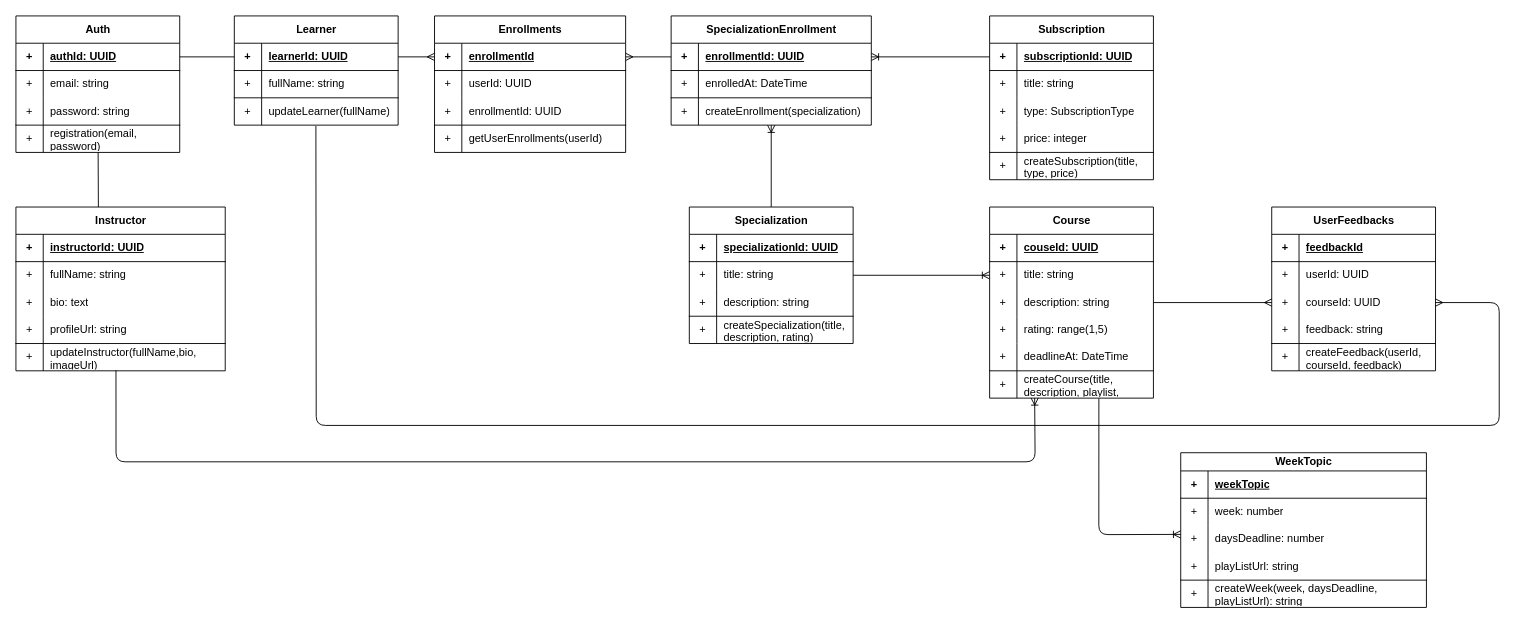
This is lab-1/diagram/02-specialization-domain-class.drawio from serafindanyil/pattern-labs-2026, a draw.io file, before an edit. Source tidied: cells renumbered, new cells numbered last; positions are measured from the earlier drawing's top-left corner, leaving out a move shared by most shapes. Both pictures are drawn from the tidied source at 91%, with x=0, y=0 at pixel (15, 15).
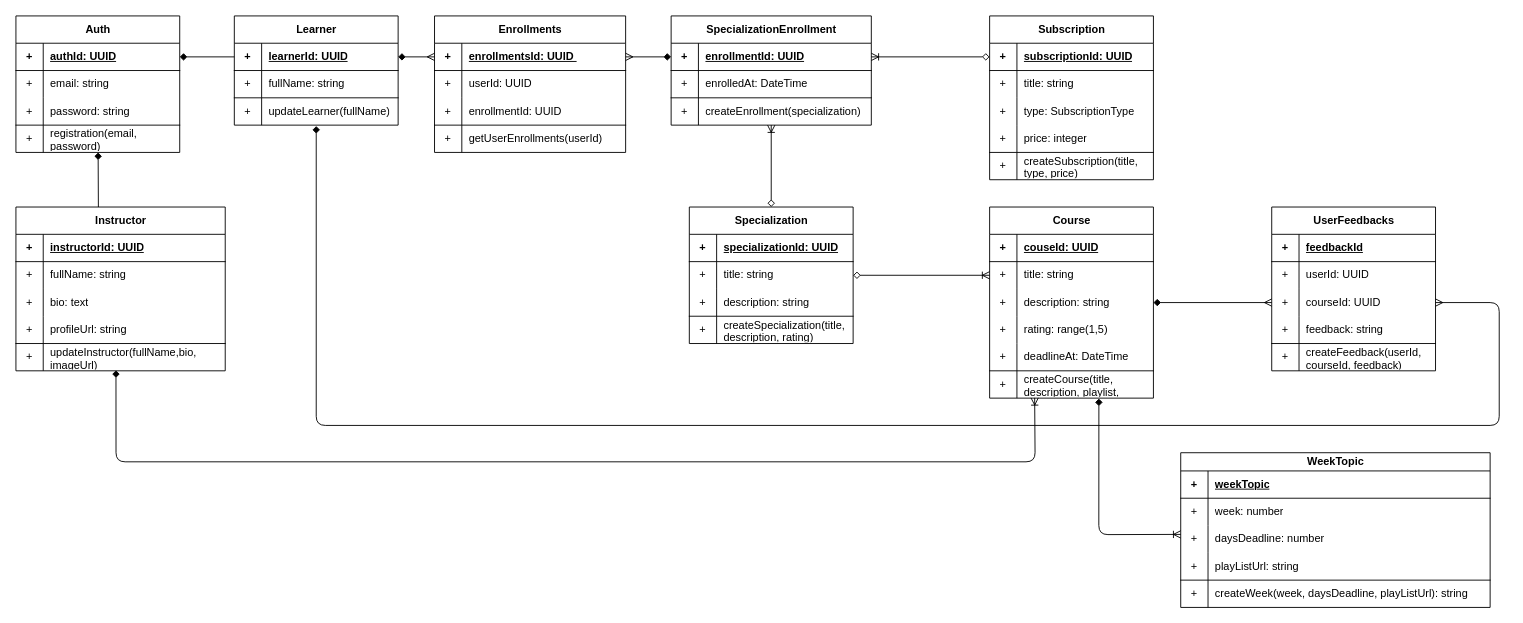
Above is the later version.

Commit message (it also covers changes not shown here):
fix: adjust mxGraphModel dimensions for improved layout

The change refers to these unchanged cells:
```xml
<mxCell id="3" style="shape=tableRow;horizontal=0;startSize=0;swimlaneHead=0;swimlaneBody=0;fillColor=none;points=[[0,0.5],[1,0.5]];portConstraint=eastwest;top=0;left=0;right=0;bottom=1;" parent="2" vertex="1">
  <mxGeometry y="30" width="180" height="30" as="geometry" />
</mxCell>
<mxCell id="9" style="shape=tableRow;horizontal=0;startSize=0;swimlaneHead=0;swimlaneBody=0;fillColor=none;points=[[0,0.5],[1,0.5]];portConstraint=eastwest;top=1;left=0;right=0;bottom=0;" parent="2" vertex="1">
  <mxGeometry y="90" width="180" height="30" as="geometry" />
</mxCell>
<mxCell id="12" value="Auth" style="shape=table;startSize=30;childLayout=tableLayout;rowLines=0;fontStyle=1;align=center;html=1;" parent="1" vertex="1">
  <mxGeometry width="180" height="150" as="geometry" />
</mxCell>
<mxCell id="13" style="shape=tableRow;horizontal=0;startSize=0;swimlaneHead=0;swimlaneBody=0;fillColor=none;points=[[0,0.5],[1,0.5]];portConstraint=eastwest;top=0;left=0;right=0;bottom=1;" parent="12" vertex="1">
  <mxGeometry y="30" width="180" height="30" as="geometry" />
</mxCell>
<mxCell id="26" value="SpecializationEnrollment" style="shape=table;startSize=30;childLayout=tableLayout;rowLines=0;fontStyle=1;align=center;html=1;" parent="1" vertex="1">
  <mxGeometry x="720" width="220" height="120" as="geometry" />
</mxCell>
<mxCell id="27" style="shape=tableRow;horizontal=0;startSize=0;swimlaneHead=0;swimlaneBody=0;fillColor=none;points=[[0,0.5],[1,0.5]];portConstraint=eastwest;top=0;left=0;right=0;bottom=1;" parent="26" vertex="1">
  <mxGeometry y="30" width="220" height="30" as="geometry" />
</mxCell>
<mxCell id="53" value="Specialization" style="shape=table;startSize=30;childLayout=tableLayout;rowLines=0;fontStyle=1;align=center;html=1;" parent="1" vertex="1">
  <mxGeometry x="740" y="210" width="180" height="150" as="geometry" />
</mxCell>
<mxCell id="68" style="shape=tableRow;horizontal=0;startSize=0;swimlaneHead=0;swimlaneBody=0;fillColor=none;points=[[0,0.5],[1,0.5]];portConstraint=eastwest;top=0;left=0;right=0;bottom=1;" parent="67" vertex="1">
  <mxGeometry y="30" width="210" height="30" as="geometry" />
</mxCell>
<mxCell id="85" value="Course" style="shape=table;startSize=30;childLayout=tableLayout;rowLines=0;fontStyle=1;align=center;html=1;" parent="1" vertex="1">
  <mxGeometry x="1070" y="210" width="180" height="210" as="geometry" />
</mxCell>
<mxCell id="89" style="shape=tableRow;horizontal=0;startSize=0;swimlaneHead=0;swimlaneBody=0;fillColor=none;points=[[0,0.5],[1,0.5]];portConstraint=eastwest;top=0;left=0;right=0;bottom=0;" parent="85" vertex="1">
  <mxGeometry y="60" width="180" height="30" as="geometry" />
</mxCell>
<mxCell id="101" style="shape=tableRow;horizontal=0;startSize=0;swimlaneHead=0;swimlaneBody=0;fillColor=none;points=[[0,0.5],[1,0.5]];portConstraint=eastwest;top=1;left=0;right=0;bottom=0;" parent="85" vertex="1">
  <mxGeometry y="180" width="180" height="30" as="geometry" />
</mxCell>
<mxCell id="111" style="shape=tableRow;horizontal=0;startSize=0;swimlaneHead=0;swimlaneBody=0;fillColor=none;points=[[0,0.5],[1,0.5]];portConstraint=eastwest;top=0;left=0;right=0;bottom=0;" parent="104" vertex="1">
  <mxGeometry y="90" width="180" height="30" as="geometry" />
</mxCell>
<mxCell id="121" value="Instructor" style="shape=table;startSize=30;childLayout=tableLayout;rowLines=0;fontStyle=1;align=center;html=1;" parent="1" vertex="1">
  <mxGeometry y="210" width="230" height="180" as="geometry" />
</mxCell>
<mxCell id="134" style="shape=tableRow;horizontal=0;startSize=0;swimlaneHead=0;swimlaneBody=0;fillColor=none;points=[[0,0.5],[1,0.5]];portConstraint=eastwest;top=1;left=0;right=0;bottom=0;" parent="121" vertex="1">
  <mxGeometry y="150" width="230" height="30" as="geometry" />
</mxCell>
```

The edit, as a diff of the source:
```diff
@@
-    <mxCell id="25" style="edgeStyle=none;html=1;entryX=0.5;entryY=0;entryDx=0;entryDy=0;endArrow=none;endFill=0;startArrow=ERoneToMany;startFill=0;" parent="1" edge="1" source="26" target="53">
+    <mxCell id="25" style="edgeStyle=none;html=1;entryX=0.5;entryY=0;entryDx=0;entryDy=0;endArrow=diamond;endFill=0;startArrow=ERoneToMany;startFill=0;" parent="1" edge="1" source="26" target="53">
       <mxGeometry relative="1" as="geometry" />
     </mxCell>
@@
-    <mxCell id="52" style="edgeStyle=none;html=1;endArrow=ERoneToMany;endFill=0;startArrow=none;startFill=0;" parent="1" edge="1" source="53" target="89">
+    <mxCell id="52" style="edgeStyle=none;html=1;endArrow=ERoneToMany;endFill=0;startArrow=diamond;startFill=0;" parent="1" edge="1" source="53" target="89">
       <mxGeometry relative="1" as="geometry" />
     </mxCell>
@@
-    <mxCell id="66" style="edgeStyle=none;html=1;entryX=0;entryY=0.5;entryDx=0;entryDy=0;endArrow=none;endFill=0;" parent="1" edge="1" source="13" target="3">
+    <mxCell id="66" style="edgeStyle=none;html=1;entryX=0;entryY=0.5;entryDx=0;entryDy=0;endArrow=none;endFill=0;startArrow=diamond;startFill=1;" parent="1" edge="1" source="13" target="3">
       <mxGeometry relative="1" as="geometry" />
     </mxCell>
@@
-    <mxCell id="70" value="enrollmentId" style="shape=partialRectangle;fillColor=none;top=0;left=0;bottom=0;right=0;align=left;spacingLeft=6;fontStyle=5;overflow=hidden;whiteSpace=wrap;html=1;" parent="68" vertex="1">
+    <mxCell id="70" value="enrollmentsId: UUID&amp;nbsp;" style="shape=partialRectangle;fillColor=none;top=0;left=0;bottom=0;right=0;align=left;spacingLeft=6;fontStyle=5;overflow=hidden;whiteSpace=wrap;html=1;" parent="68" vertex="1">
       <mxGeometry x="30" width="180" height="30" as="geometry" />
     </mxCell>
@@
-    <mxCell id="80" style="edgeStyle=none;html=1;exitX=0;exitY=0.5;exitDx=0;exitDy=0;endArrow=none;endFill=0;startArrow=ERmany;startFill=0;" parent="1" edge="1" source="68" target="3">
+    <mxCell id="80" style="edgeStyle=none;html=1;exitX=0;exitY=0.5;exitDx=0;exitDy=0;endArrow=diamond;endFill=1;startArrow=ERmany;startFill=0;" parent="1" edge="1" source="68" target="3">
       <mxGeometry relative="1" as="geometry" />
     </mxCell>
-    <mxCell id="81" style="edgeStyle=none;html=1;exitX=1;exitY=0.5;exitDx=0;exitDy=0;entryX=0;entryY=0.5;entryDx=0;entryDy=0;endArrow=none;endFill=0;startArrow=ERmany;startFill=0;" parent="1" edge="1" source="68" target="27">
+    <mxCell id="81" style="edgeStyle=none;html=1;exitX=1;exitY=0.5;exitDx=0;exitDy=0;entryX=0;entryY=0.5;entryDx=0;entryDy=0;endArrow=diamond;endFill=1;startArrow=ERmany;startFill=0;" parent="1" edge="1" source="68" target="27">
       <mxGeometry relative="1" as="geometry" />
     </mxCell>
-    <mxCell id="82" style="edgeStyle=none;html=1;endArrow=none;endFill=0;startArrow=ERoneToMany;startFill=0;" parent="1" edge="1" source="27">
+    <mxCell id="82" style="edgeStyle=none;html=1;endArrow=diamond;endFill=0;startArrow=ERoneToMany;startFill=0;" parent="1" edge="1" source="27">
       <mxGeometry relative="1" as="geometry">
         <mxPoint x="1070" y="45" as="targetPoint" />
       </mxGeometry>
     </mxCell>
-    <mxCell id="83" style="edgeStyle=none;html=1;entryX=0;entryY=0.5;entryDx=0;entryDy=0;endArrow=ERmany;endFill=0;" parent="1" edge="1" source="85" target="111">
+    <mxCell id="83" style="edgeStyle=none;html=1;entryX=0;entryY=0.5;entryDx=0;entryDy=0;endArrow=ERmany;endFill=0;startArrow=diamond;startFill=1;" parent="1" edge="1" source="85" target="111">
       <mxGeometry relative="1" as="geometry" />
     </mxCell>
-    <mxCell id="84" style="edgeStyle=none;html=1;entryX=0.478;entryY=0.979;entryDx=0;entryDy=0;entryPerimeter=0;endArrow=none;endFill=0;startArrow=ERoneToMany;startFill=0;exitX=0.275;exitY=0.99;exitDx=0;exitDy=0;exitPerimeter=0;" parent="1" edge="1" source="101" target="134">
+    <mxCell id="84" style="edgeStyle=none;html=1;entryX=0.478;entryY=0.979;entryDx=0;entryDy=0;entryPerimeter=0;endArrow=diamond;endFill=1;startArrow=ERoneToMany;startFill=0;exitX=0.275;exitY=0.99;exitDx=0;exitDy=0;exitPerimeter=0;" parent="1" edge="1" source="101" target="134">
       <mxGeometry relative="1" as="geometry">
         <Array as="points">
           <mxPoint x="1120" y="490" />
           <mxPoint x="110" y="490" />
         </Array>
       </mxGeometry>
     </mxCell>
@@
-    <mxCell id="120" style="edgeStyle=none;html=1;exitX=1;exitY=0.5;exitDx=0;exitDy=0;entryX=0.498;entryY=1.032;entryDx=0;entryDy=0;entryPerimeter=0;endArrow=none;endFill=0;startArrow=ERmany;startFill=0;" parent="1" edge="1" source="111" target="9">
+    <mxCell id="120" style="edgeStyle=none;html=1;exitX=1;exitY=0.5;exitDx=0;exitDy=0;endArrow=diamond;endFill=1;startArrow=ERmany;startFill=0;" parent="1" edge="1" source="111">
       <mxGeometry relative="1" as="geometry">
+        <mxPoint x="330" y="121" as="targetPoint" />
         <Array as="points">
           <mxPoint x="1630" y="315" />
           <mxPoint x="1630" y="450" />
           <mxPoint x="330" y="450" />
         </Array>
       </mxGeometry>
     </mxCell>
@@
-    <mxCell id="137" style="edgeStyle=none;html=1;entryX=0.394;entryY=0;entryDx=0;entryDy=0;entryPerimeter=0;endArrow=none;endFill=0;" parent="1" edge="1" source="12" target="121">
+    <mxCell id="137" style="edgeStyle=none;html=1;entryX=0.394;entryY=0;entryDx=0;entryDy=0;entryPerimeter=0;endArrow=none;endFill=0;startArrow=diamond;startFill=1;" parent="1" edge="1" source="12" target="121">
       <mxGeometry relative="1" as="geometry" />
     </mxCell>
     <mxCell id="138" value="WeekTopic" style="shape=table;startSize=20;childLayout=tableLayout;rowLines=0;fontStyle=1;align=center;html=1;" parent="1" vertex="1">
-      <mxGeometry x="1280" y="480" width="270" height="170" as="geometry" />
+      <mxGeometry x="1280" y="480" width="340" height="170" as="geometry" />
     </mxCell>
     <mxCell id="139" style="shape=tableRow;horizontal=0;startSize=0;swimlaneHead=0;swimlaneBody=0;fillColor=none;top=0;left=0;right=0;bottom=1;" parent="138" vertex="1">
-      <mxGeometry y="20" width="270" height="30" as="geometry" />
+      <mxGeometry y="20" width="340" height="30" as="geometry" />
     </mxCell>
@@
     <mxCell id="141" value="weekTopic" style="shape=partialRectangle;fillColor=none;top=0;left=0;bottom=0;right=0;align=left;spacingLeft=6;fontStyle=5;overflow=hidden;whiteSpace=wrap;html=1;" parent="139" vertex="1">
-      <mxGeometry x="30" width="240" height="30" as="geometry" />
+      <mxGeometry x="30" width="310" height="30" as="geometry" />
     </mxCell>
     <mxCell id="142" style="shape=tableRow;horizontal=0;startSize=0;swimlaneHead=0;swimlaneBody=0;fillColor=none;top=0;left=0;right=0;bottom=0;" parent="138" vertex="1">
-      <mxGeometry y="50" width="270" height="30" as="geometry" />
+      <mxGeometry y="50" width="340" height="30" as="geometry" />
     </mxCell>
@@
     <mxCell id="144" value="week: number" style="shape=partialRectangle;fillColor=none;top=0;left=0;bottom=0;right=0;align=left;spacingLeft=6;overflow=hidden;whiteSpace=wrap;html=1;" parent="142" vertex="1">
-      <mxGeometry x="30" width="240" height="30" as="geometry" />
+      <mxGeometry x="30" width="310" height="30" as="geometry" />
     </mxCell>
     <mxCell id="145" style="shape=tableRow;horizontal=0;startSize=0;swimlaneHead=0;swimlaneBody=0;fillColor=none;points=[[0,0.5],[1,0.5]];portConstraint=eastwest;top=0;left=0;right=0;bottom=0;" parent="138" vertex="1">
-      <mxGeometry y="80" width="270" height="30" as="geometry" />
+      <mxGeometry y="80" width="340" height="30" as="geometry" />
     </mxCell>
@@
     <mxCell id="147" value="daysDeadline: number" style="shape=partialRectangle;fillColor=none;top=0;left=0;bottom=0;right=0;align=left;spacingLeft=6;overflow=hidden;whiteSpace=wrap;html=1;" parent="145" vertex="1">
-      <mxGeometry x="30" width="240" height="30" as="geometry" />
+      <mxGeometry x="30" width="310" height="30" as="geometry" />
     </mxCell>
     <mxCell id="148" style="shape=tableRow;horizontal=0;startSize=0;swimlaneHead=0;swimlaneBody=0;fillColor=none;top=0;left=0;right=0;bottom=0;" parent="138" vertex="1">
-      <mxGeometry y="110" width="270" height="30" as="geometry" />
+      <mxGeometry y="110" width="340" height="30" as="geometry" />
     </mxCell>
@@
     <mxCell id="150" value="&lt;span style=&quot;color: rgb(0, 0, 0);&quot;&gt;playListUrl: string&lt;/span&gt;" style="shape=partialRectangle;fillColor=none;top=0;left=0;bottom=0;right=0;align=left;spacingLeft=6;overflow=hidden;whiteSpace=wrap;html=1;" parent="148" vertex="1">
-      <mxGeometry x="30" width="240" height="30" as="geometry" />
+      <mxGeometry x="30" width="310" height="30" as="geometry" />
     </mxCell>
     <mxCell id="151" style="shape=tableRow;horizontal=0;startSize=0;swimlaneHead=0;swimlaneBody=0;fillColor=none;top=1;left=0;right=0;bottom=0;" parent="138" vertex="1">
-      <mxGeometry y="140" width="270" height="30" as="geometry" />
+      <mxGeometry y="140" width="340" height="30" as="geometry" />
     </mxCell>
@@
     <mxCell id="153" value="&lt;span style=&quot;color: rgb(0, 0, 0);&quot;&gt;createWeek(week, daysDeadline, playListUrl): string&lt;/span&gt;" style="shape=partialRectangle;fillColor=none;top=0;left=0;bottom=0;right=0;align=left;spacingLeft=6;overflow=hidden;whiteSpace=wrap;html=1;" parent="151" vertex="1">
-      <mxGeometry x="30" width="240" height="30" as="geometry" />
+      <mxGeometry x="30" width="310" height="30" as="geometry" />
     </mxCell>
-    <mxCell id="154" style="edgeStyle=none;html=1;entryX=0.667;entryY=1.015;entryDx=0;entryDy=0;entryPerimeter=0;exitX=0;exitY=0.325;exitDx=0;exitDy=0;exitPerimeter=0;endArrow=none;endFill=0;startArrow=ERoneToMany;startFill=0;" parent="1" edge="1" source="145" target="101">
+    <mxCell id="154" style="edgeStyle=none;html=1;entryX=0.667;entryY=1.015;entryDx=0;entryDy=0;entryPerimeter=0;exitX=0;exitY=0.325;exitDx=0;exitDy=0;exitPerimeter=0;endArrow=diamond;endFill=1;startArrow=ERoneToMany;startFill=0;" parent="1" edge="1" source="145" target="101">
       <mxGeometry relative="1" as="geometry">
         <Array as="points">
           <mxPoint x="1190" y="570" />
         </Array>
       </mxGeometry>
     </mxCell>
```
